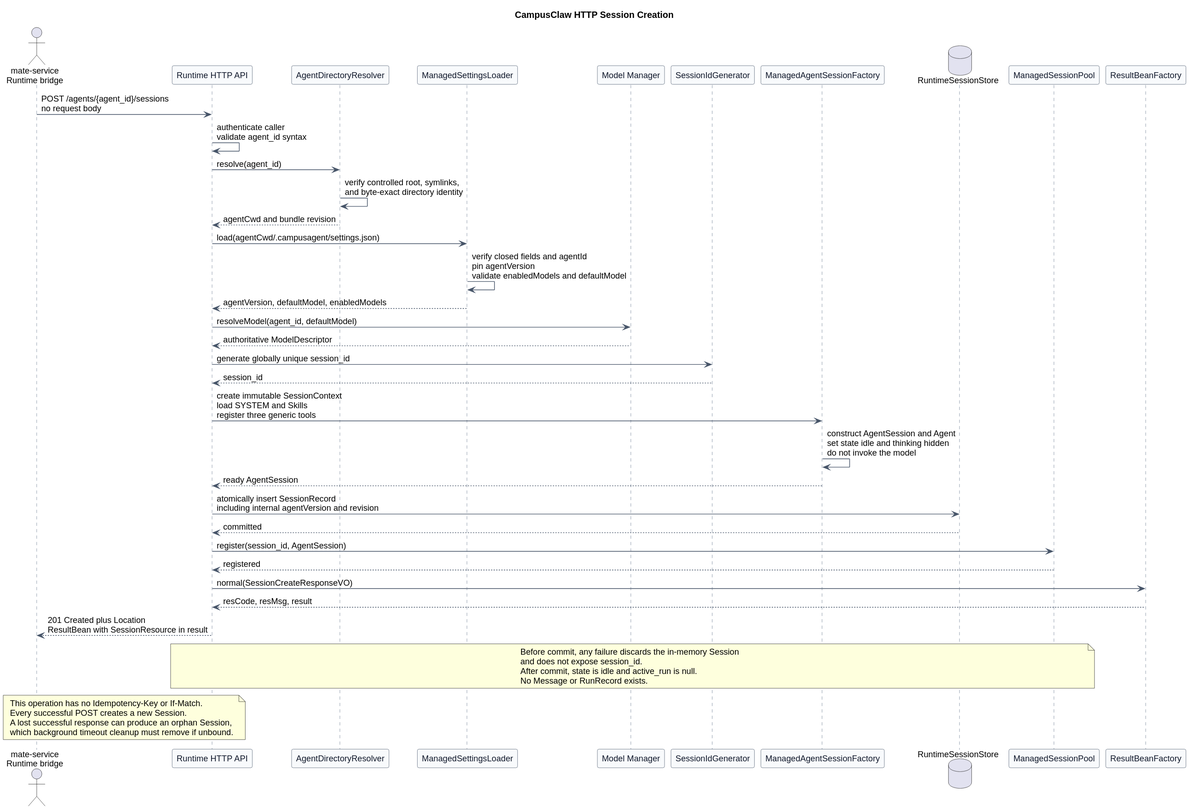
Before: pi-mono-java-manager-driven-multi-agent-runtime/http_session_creation.svg, a diagram exported from PlantUML (ssm0808/pi-mono-java-design).
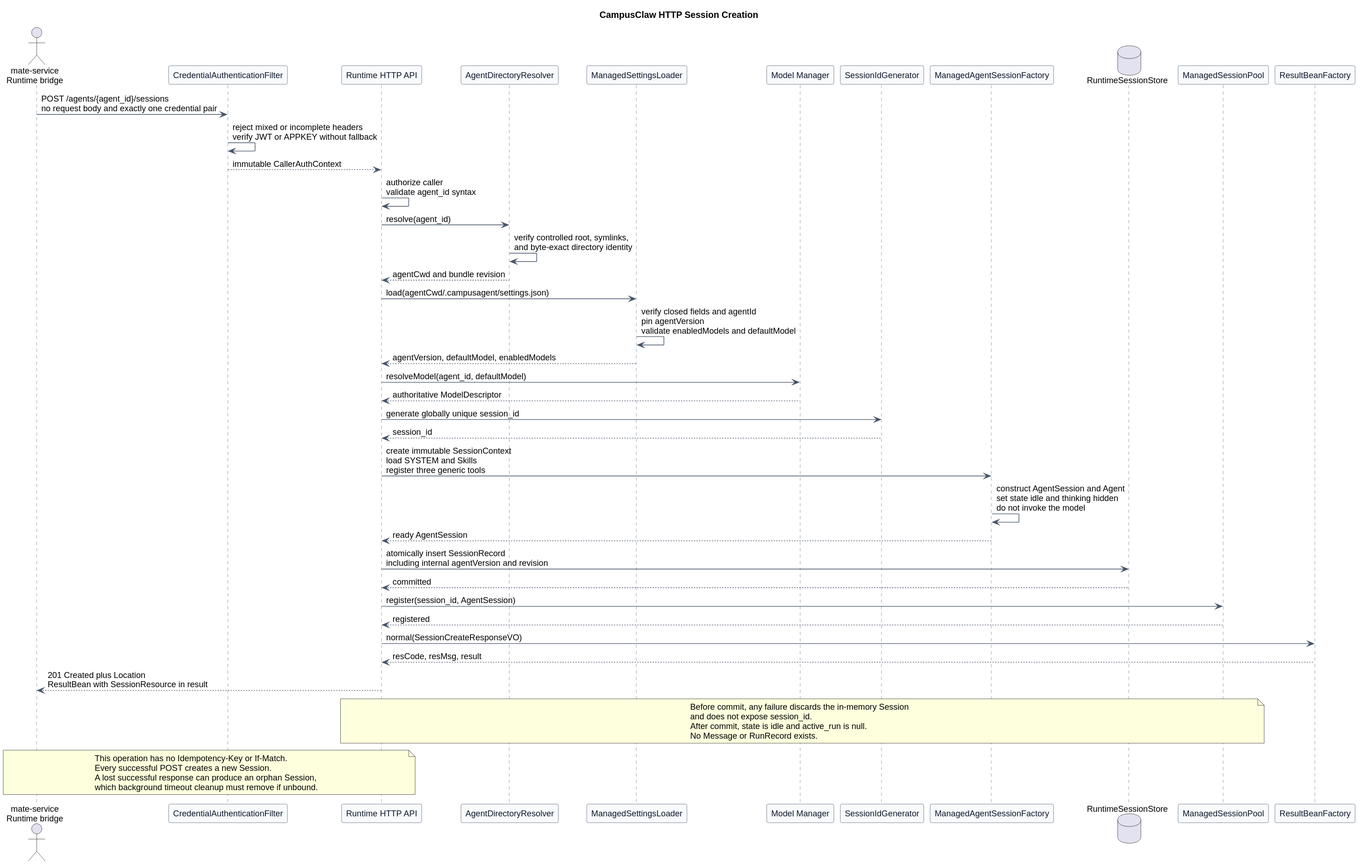
The same diagram one commit later.

Commit message:
docs: add dual HTTP authentication

Change to the diagram source:
```diff
@@ -20,6 +20,7 @@
 }
 
 actor "mate-service\nRuntime bridge" as Mate
+participant "CredentialAuthenticationFilter" as Auth
 participant "Runtime HTTP API" as API
 participant "AgentDirectoryResolver" as Resolver
 participant "ManagedSettingsLoader" as Settings
@@ -30,8 +31,10 @@
 participant "ManagedSessionPool" as Pool
 participant "ResultBeanFactory" as ResultFactory
 
-Mate -> API : POST /agents/{agent_id}/sessions\nno request body
-API -> API : authenticate caller\nvalidate agent_id syntax
+Mate -> Auth : POST /agents/{agent_id}/sessions\nno request body and exactly one credential pair
+Auth -> Auth : reject mixed or incomplete headers\nverify JWT or APPKEY without fallback
+Auth --> API : immutable CallerAuthContext
+API -> API : authorize caller\nvalidate agent_id syntax
 API -> Resolver : resolve(agent_id)
 Resolver -> Resolver : verify controlled root, symlinks,\nand byte-exact directory identity
 Resolver --> API : agentCwd and bundle revision
```
